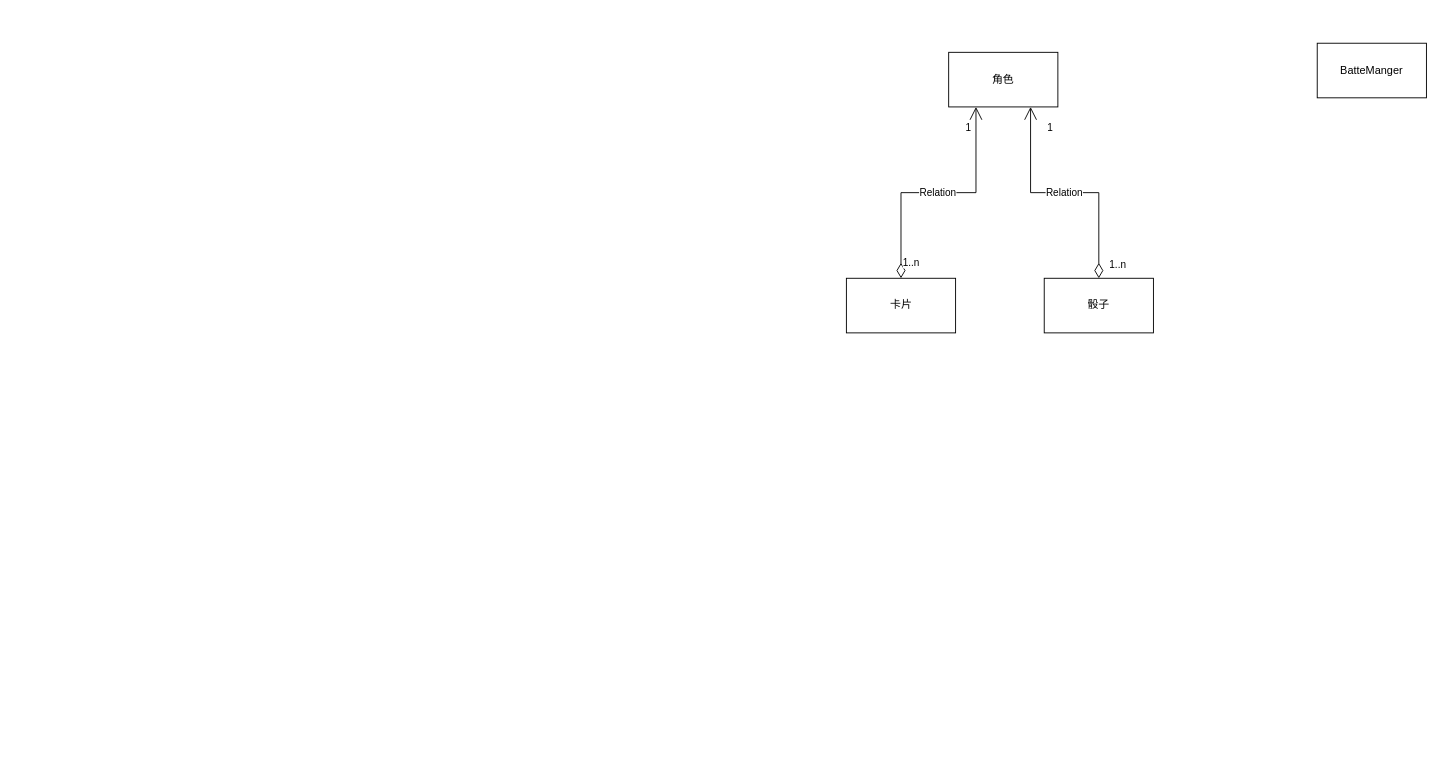
Earlier version of the draw.io diagram OOSA/112_2_OOP_Dicey Dungeons.drawio (HEKEPOIU/112_2_PTSD_DiceyDungeonsRemake). Source tidied: cells renumbered, new cells numbered last; positions are measured from the earlier drawing's top-left corner, leaving out a move shared by most shapes. Both pictures are drawn from the tidied source at 91%, with x=0, y=0 at pixel (846, 43).
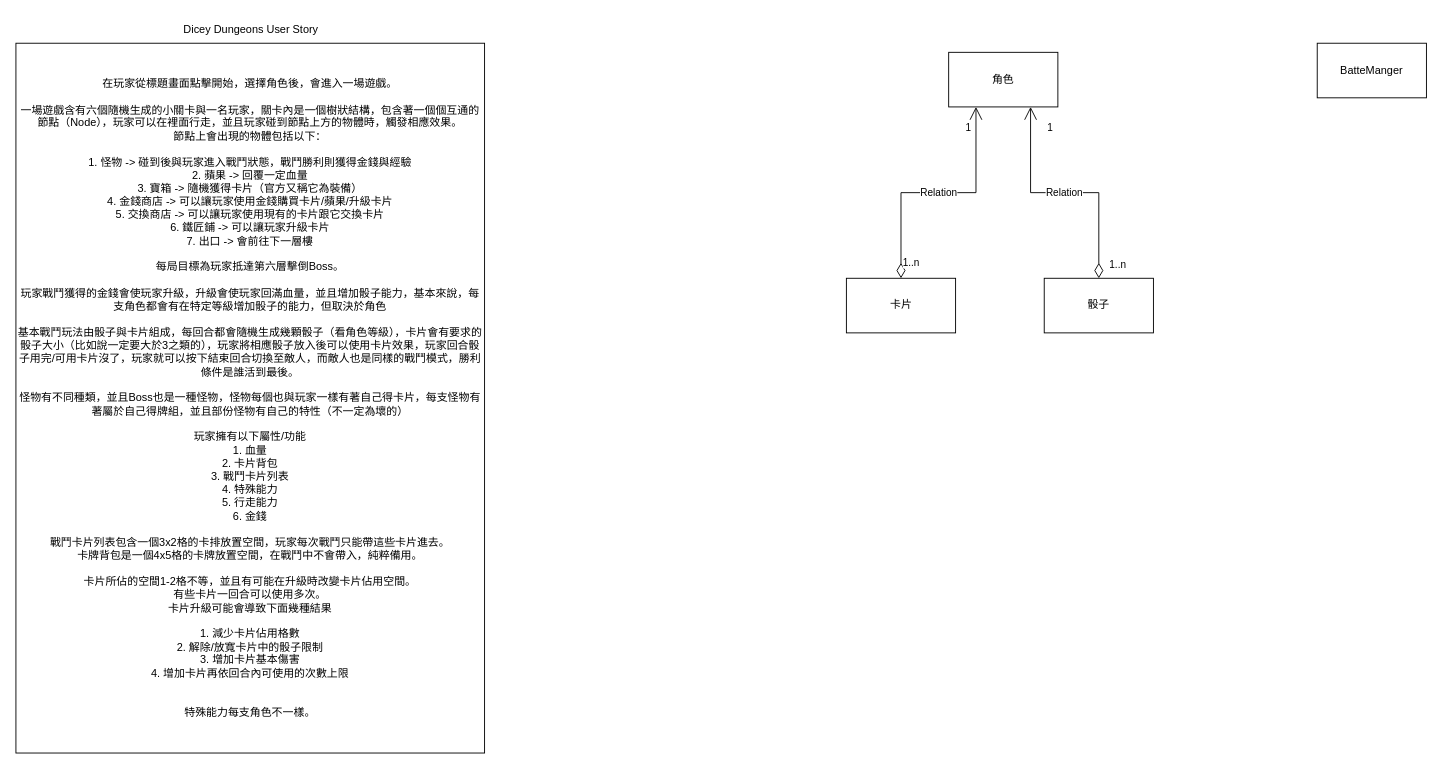
After the change.

Change to the diagram source:
```diff
@@
 <mxGraphModel>
   <root>
     <mxCell id="0" />
     <mxCell id="1" parent="0" />
     <mxCell id="2" value="卡片" style="whiteSpace=wrap;html=1;" parent="1" vertex="1">
       <mxGeometry x="-0.4" y="258.3" width="120" height="60" as="geometry" />
     </mxCell>
     <mxCell id="3" value="骰子" style="whiteSpace=wrap;html=1;" parent="1" vertex="1">
       <mxGeometry x="217" y="258.3" width="120" height="60" as="geometry" />
     </mxCell>
     <mxCell id="4" value="角色" style="whiteSpace=wrap;html=1;" parent="1" vertex="1">
       <mxGeometry x="112" y="10" width="120" height="60" as="geometry" />
     </mxCell>
     <mxCell id="5" value="Relation" style="endArrow=open;html=1;endSize=12;startArrow=diamondThin;startSize=14;startFill=0;edgeStyle=orthogonalEdgeStyle;rounded=0;exitX=0.5;exitY=0;exitDx=0;exitDy=0;entryX=0.25;entryY=1;entryDx=0;entryDy=0;" parent="1" edge="1" source="2" target="4">
       <mxGeometry relative="1" as="geometry" />
     </mxCell>
     <mxCell id="6" value="1..n" style="edgeLabel;html=1;align=left;verticalAlign=top;" parent="5" vertex="1">
       <mxGeometry x="-1" relative="1" as="geometry">
         <mxPoint y="-30" as="offset" />
       </mxGeometry>
     </mxCell>
     <mxCell id="7" value="1" style="edgeLabel;html=1;align=right;verticalAlign=top;" parent="5" vertex="1">
       <mxGeometry x="1" relative="1" as="geometry">
         <mxPoint x="-5" y="10" as="offset" />
       </mxGeometry>
     </mxCell>
     <mxCell id="8" value="Relation" style="endArrow=open;html=1;endSize=12;startArrow=diamondThin;startSize=14;startFill=0;edgeStyle=orthogonalEdgeStyle;rounded=0;exitX=0.5;exitY=0;exitDx=0;exitDy=0;entryX=0.75;entryY=1;entryDx=0;entryDy=0;" parent="1" edge="1" source="3" target="4">
       <mxGeometry relative="1" as="geometry" />
     </mxCell>
     <mxCell id="9" value="1..n" style="edgeLabel;html=1;align=left;verticalAlign=top;" parent="8" vertex="1">
       <mxGeometry x="-1" relative="1" as="geometry">
         <mxPoint x="10" y="-28" as="offset" />
       </mxGeometry>
     </mxCell>
     <mxCell id="10" value="1" style="edgeLabel;html=1;align=right;verticalAlign=top;" parent="8" vertex="1">
       <mxGeometry x="1" relative="1" as="geometry">
         <mxPoint x="25" y="10" as="offset" />
       </mxGeometry>
     </mxCell>
     <mxCell id="11" value="BatteManger" style="whiteSpace=wrap;html=1;" parent="1" vertex="1">
       <mxGeometry x="517" width="120" height="60" as="geometry" />
     </mxCell>
+    <mxCell id="12" value="&lt;div&gt;&lt;br&gt;&lt;/div&gt;&lt;div&gt;在玩家從標題畫面點擊開始，選擇角色後，會進入一場遊戲。&lt;br&gt;&lt;/div&gt;&lt;div&gt;&lt;br&gt;&lt;/div&gt;&lt;div&gt;一場遊戲含有六個隨機生成的小關卡與一名玩家，關卡內是一個樹狀結構，包含著一個個互通的節點（Node），玩家可以在裡面行走，並且玩家碰到節點上方的物體時，觸發相應效果。&lt;/div&gt;&lt;div&gt;節點上會出現的物體包括以下：&lt;/div&gt;&lt;div&gt;&lt;br&gt;&lt;/div&gt;&lt;div&gt;1. 怪物 -&amp;gt; 碰到後與玩家進入戰鬥狀態，戰鬥勝利則獲得金錢與經驗&lt;/div&gt;&lt;div&gt;2. 蘋果 -&amp;gt; 回覆一定血量&lt;/div&gt;&lt;div&gt;3. 寶箱 -&amp;gt; 隨機獲得卡片（官方又稱它為裝備）&lt;/div&gt;&lt;div&gt;4. 金錢商店 -&amp;gt; 可以讓玩家使用金錢購買卡片/蘋果/升級卡片&lt;/div&gt;&lt;div&gt;5. 交換商店 -&amp;gt; 可以讓玩家使用現有的卡片跟它交換卡片&lt;/div&gt;&lt;div&gt;6. 鐵匠鋪 -&amp;gt; 可以讓玩家升級卡片&lt;/div&gt;&lt;div&gt;7. 出口 -&amp;gt; 會前往下一層樓&lt;/div&gt;&lt;div&gt;&lt;br&gt;&lt;/div&gt;&lt;div&gt;每局目標為玩家抵達第六層擊倒Boss。&lt;/div&gt;&lt;div&gt;&lt;br&gt;&lt;/div&gt;&lt;div&gt;玩家戰鬥獲得的金錢會使玩家升級，升級會使玩家回滿血量，並且增加骰子能力，基本來說，每支角色都會有在特定等級增加骰子的能力，但取決於角色&lt;/div&gt;&lt;div&gt;&lt;br&gt;&lt;/div&gt;&lt;div&gt;基本戰鬥玩法由骰子與卡片組成，每回合都會隨機生成幾顆骰子（看角色等級），卡片會有要求的骰子大小（比如說一定要大於3之類的），玩家將相應骰子放入後可以使用卡片效果，玩家回合骰子用完/可用卡片沒了，玩家就可以按下結束回合切換至敵人，而敵人也是同樣的戰鬥模式，勝利條件是誰活到最後。&lt;/div&gt;&lt;div&gt;&lt;br&gt;&lt;/div&gt;&lt;div&gt;怪物有不同種類，並且Boss也是一種怪物，怪物每個也與玩家一樣有著自己得卡片，每支怪物有著屬於自己得牌組，並且部份怪物有自己的特性（不一定為壞的）&lt;/div&gt;&lt;div&gt;&lt;br&gt;&lt;/div&gt;&lt;div&gt;玩家擁有以下屬性/功能&lt;/div&gt;&lt;div&gt;1. 血量&lt;/div&gt;&lt;div&gt;2. 卡片背包&lt;/div&gt;&lt;div&gt;3. 戰鬥卡片列表&lt;/div&gt;&lt;div&gt;4. 特殊能力&lt;/div&gt;&lt;div&gt;5. 行走能力&lt;/div&gt;&lt;div&gt;6. 金錢&lt;br&gt;&lt;/div&gt;&lt;div&gt;&lt;br&gt;&lt;/div&gt;&lt;div&gt;戰鬥卡片列表包含一個3x2格的卡排放置空間，玩家每次戰鬥只能帶這些卡片進去。&lt;/div&gt;&lt;div&gt;卡牌背包是一個4x5格的卡牌放置空間，在戰鬥中不會帶入，純粹備用。&lt;/div&gt;&lt;div&gt;&lt;br&gt;&lt;/div&gt;&lt;div&gt;卡片所佔的空間1-2格不等，並且有可能在升級時改變卡片佔用空間。&lt;/div&gt;&lt;div&gt;有些卡片一回合可以使用多次。&lt;br&gt;&lt;/div&gt;&lt;div&gt;卡片升級可能會導致下面幾種結果&lt;/div&gt;&lt;div&gt;&lt;br&gt;&lt;/div&gt;&lt;div&gt;1. 減少卡片佔用格數&lt;/div&gt;&lt;div&gt;2. 解除/放寬卡片中的骰子限制&lt;/div&gt;&lt;div&gt;3. 增加卡片基本傷害&lt;/div&gt;&lt;div&gt;4. 增加卡片再依回合內可使用的次數上限&lt;/div&gt;&lt;div&gt;&lt;br&gt;&lt;/div&gt;&lt;div&gt;&lt;br&gt;&lt;/div&gt;&lt;div&gt;特殊能力每支角色不一樣。&lt;br&gt;&lt;/div&gt;&lt;div&gt;&lt;br&gt;&lt;/div&gt;" style="whiteSpace=wrap;html=1;" parent="1" vertex="1">
+      <mxGeometry x="-913" width="515" height="780" as="geometry" />
+    </mxCell>
+    <mxCell id="13" value="&lt;div&gt;Dicey Dungeons User Story&lt;/div&gt;" style="text;html=1;align=center;verticalAlign=middle;strokeColor=none;fillColor=none;" parent="1" vertex="1">
+      <mxGeometry x="-740.5" y="-30" width="170" height="30" as="geometry" />
+    </mxCell>
   </root>
 </mxGraphModel>
```
